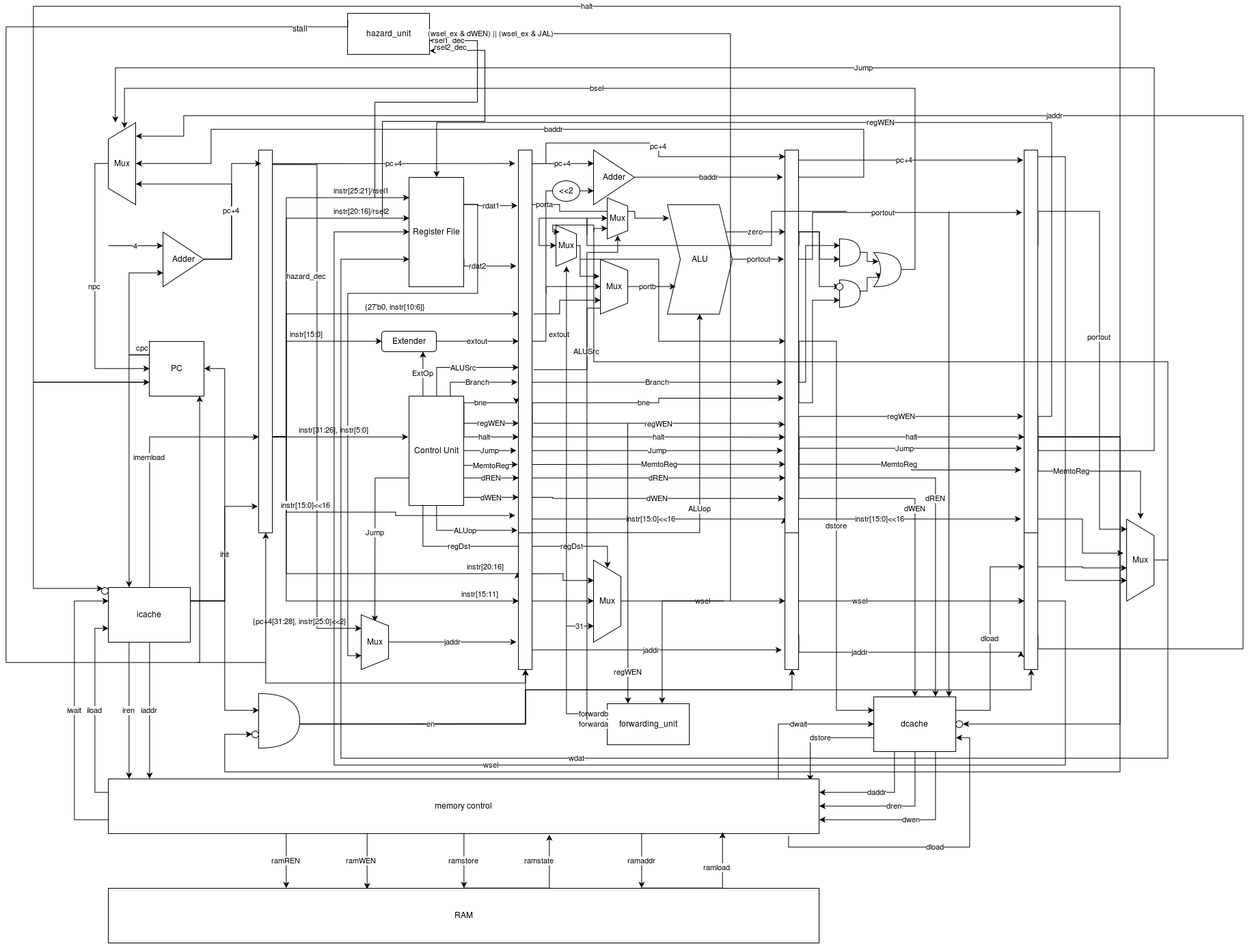
Earlier version of the draw.io export PipelineProcessor.png (JusticeWarrior/Processors). Source tidied: cells renumbered, new cells last; positions are measured from the earlier drawing's top-left corner, leaving out a move shared by most shapes.
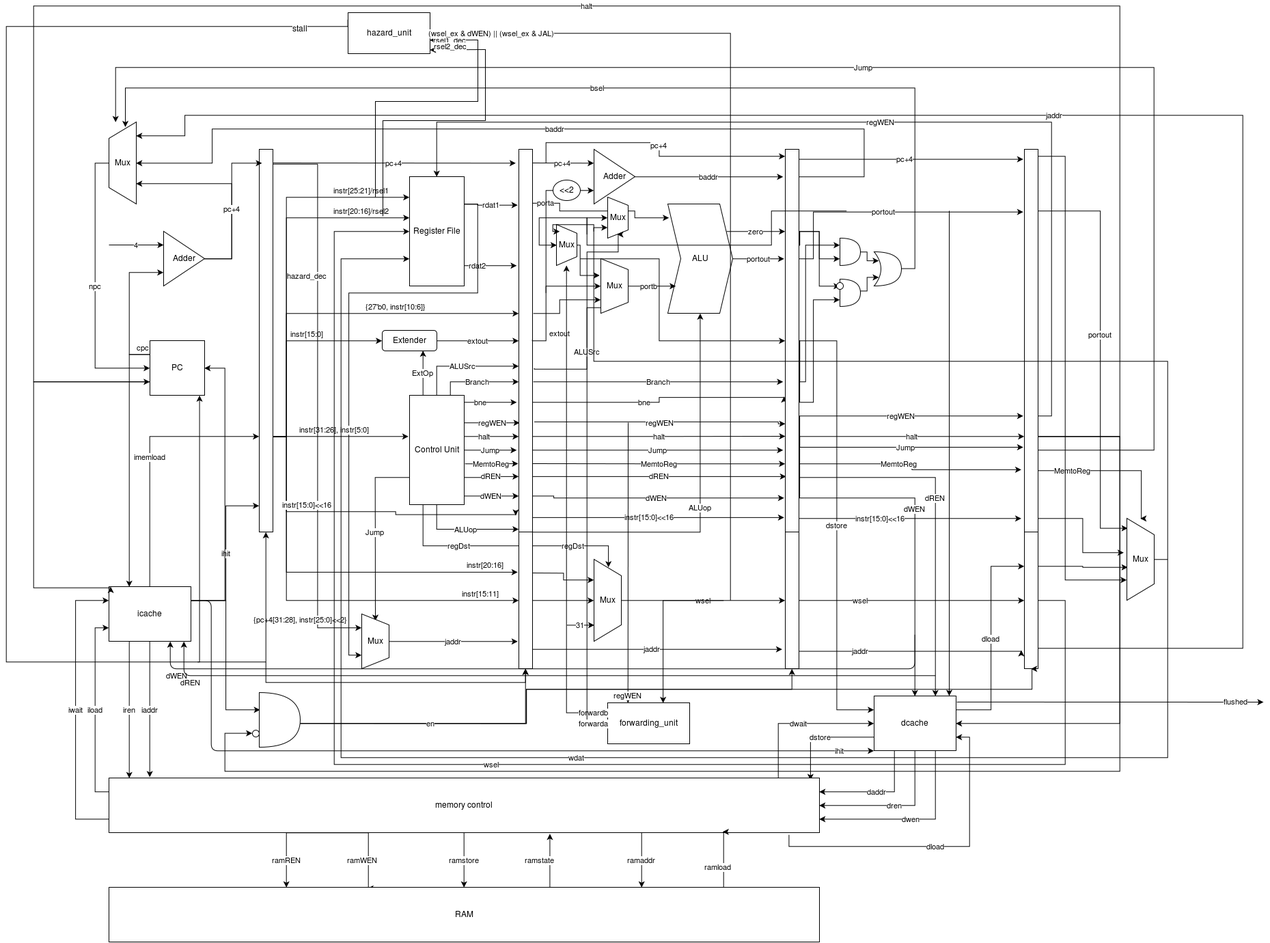
After the change.

Commit message:
update block diagram

The edit, as a diff of the source:
```diff
@@ -235,11 +235,12 @@
     <mxCell id="48" style="edgeStyle=orthogonalEdgeStyle;rounded=0;html=1;exitX=0;exitY=0.25;entryX=0.25;entryY=0;jettySize=auto;" parent="1" edge="1" source="50" target="8">
       <mxGeometry relative="1" as="geometry" />
     </mxCell>
-    <mxCell id="49" style="edgeStyle=orthogonalEdgeStyle;rounded=0;html=1;exitX=0;exitY=0.75;jettySize=auto;entryX=0;entryY=0;" parent="1" edge="1" source="50" target="148">
+    <mxCell id="49" style="edgeStyle=orthogonalEdgeStyle;rounded=0;html=1;exitX=0;exitY=0.75;jettySize=auto;entryX=0.021;entryY=0.004;entryPerimeter=0;" parent="1" edge="1" source="50" target="8">
       <mxGeometry relative="1" as="geometry">
         <Array as="points">
           <mxPoint x="40" y="550" />
           <mxPoint x="40" y="852" />
+          <mxPoint x="153" y="852" />
         </Array>
       </mxGeometry>
     </mxCell>
@@ -626,7 +627,7 @@
         </Array>
       </mxGeometry>
     </mxCell>
-    <mxCell id="100" style="edgeStyle=orthogonalEdgeStyle;rounded=0;html=1;exitX=1;exitY=0.75;jettySize=auto;entryX=1;entryY=0.5;" parent="1" edge="1" source="102" target="150">
+    <mxCell id="100" style="edgeStyle=orthogonalEdgeStyle;rounded=0;html=1;exitX=1;exitY=0.75;jettySize=auto;entryX=1;entryY=0.5;" parent="1" edge="1" source="102" target="14">
       <mxGeometry relative="1" as="geometry">
         <Array as="points">
           <mxPoint x="1630" y="630" />
@@ -888,15 +889,9 @@
     <mxCell id="147" value="Mux" style="shape=trapezoid;whiteSpace=wrap;html=1;rotation=0;direction=north;flipV=1;flipH=1;" parent="1" vertex="1">
       <mxGeometry x="1640" y="750" width="40" height="120" as="geometry" />
     </mxCell>
-    <mxCell id="148" style="ellipse;whiteSpace=wrap;html=1;" parent="1" vertex="1">
-      <mxGeometry x="140" y="850" width="10" height="10" as="geometry" />
-    </mxCell>
     <mxCell id="149" value="&amp;lt;&amp;lt;2" style="ellipse;whiteSpace=wrap;html=1;" parent="1" vertex="1">
       <mxGeometry x="800" y="255" width="40" height="30" as="geometry" />
     </mxCell>
-    <mxCell id="150" style="ellipse;whiteSpace=wrap;html=1;" parent="1" vertex="1">
-      <mxGeometry x="1390" y="1045" width="10" height="10" as="geometry" />
-    </mxCell>
     <mxCell id="151" style="endArrow=classic;html=1;" parent="1" edge="1">
       <mxGeometry relative="1" as="geometry">
         <mxPoint x="1380" y="300" as="sourcePoint" />
@@ -946,7 +941,7 @@
       <mxGeometry x="880" y="1020" width="120" height="60" as="geometry" />
     </mxCell>
     <mxCell id="159" value="regWEN" style="edgeStyle=segmentEdgeStyle;endArrow=classic;html=1;entryX=0.25;entryY=0;" parent="1" edge="1" target="158">
-      <mxGeometry x="0.77" relative="1" as="geometry">
+      <mxGeometry x="0.95" relative="1" as="geometry">
         <mxPoint x="910" y="610" as="sourcePoint" />
       </mxGeometry>
     </mxCell>
@@ -1074,5 +1069,36 @@
         </Array>
       </mxGeometry>
     </mxCell>
+    <mxCell id="175" value="dWEN" style="edgeStyle=segmentEdgeStyle;endArrow=classic;html=1;entryX=0.75;entryY=1;" parent="1" edge="1" target="8">
+      <mxGeometry x="0.91" y="10" relative="1" as="geometry">
+        <mxPoint x="1330" y="920" as="sourcePoint" />
+        <Array as="points">
+          <mxPoint x="1330" y="970" />
+          <mxPoint x="240" y="970" />
+        </Array>
+      </mxGeometry>
+    </mxCell>
+    <mxCell id="176" value="dREN" style="edgeStyle=segmentEdgeStyle;endArrow=classic;html=1;entryX=0.917;entryY=1.004;entryPerimeter=0;" parent="1" edge="1" target="8">
+      <mxGeometry x="0.9" y="10" relative="1" as="geometry">
+        <mxPoint x="1360" y="980" as="sourcePoint" />
+        <Array as="points">
+          <mxPoint x="260" y="980" />
+        </Array>
+      </mxGeometry>
+    </mxCell>
+    <mxCell id="177" value="ihit&lt;br&gt;" style="edgeStyle=segmentEdgeStyle;endArrow=classic;html=1;entryX=-0.002;entryY=1.004;entryPerimeter=0;" parent="1" edge="1" target="14">
+      <mxGeometry x="0.92" relative="1" as="geometry">
+        <mxPoint x="270" y="870" as="sourcePoint" />
+        <Array as="points">
+          <mxPoint x="300" y="870" />
+          <mxPoint x="300" y="1090" />
+        </Array>
+      </mxGeometry>
+    </mxCell>
+    <mxCell id="178" value="flushed" style="endArrow=classic;html=1;exitX=1.01;exitY=0.111;exitPerimeter=0;" parent="1" edge="1" source="14">
+      <mxGeometry x="0.82" relative="1" as="geometry">
+        <mxPoint x="1840" y="1019" as="targetPoint" />
+      </mxGeometry>
+    </mxCell>
   </root>
 </mxGraphModel>
```
